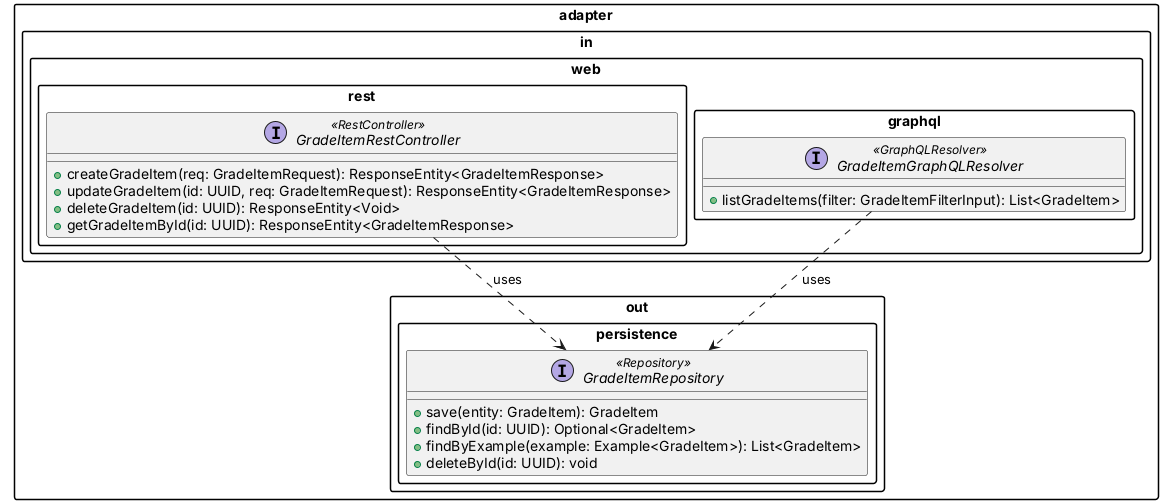
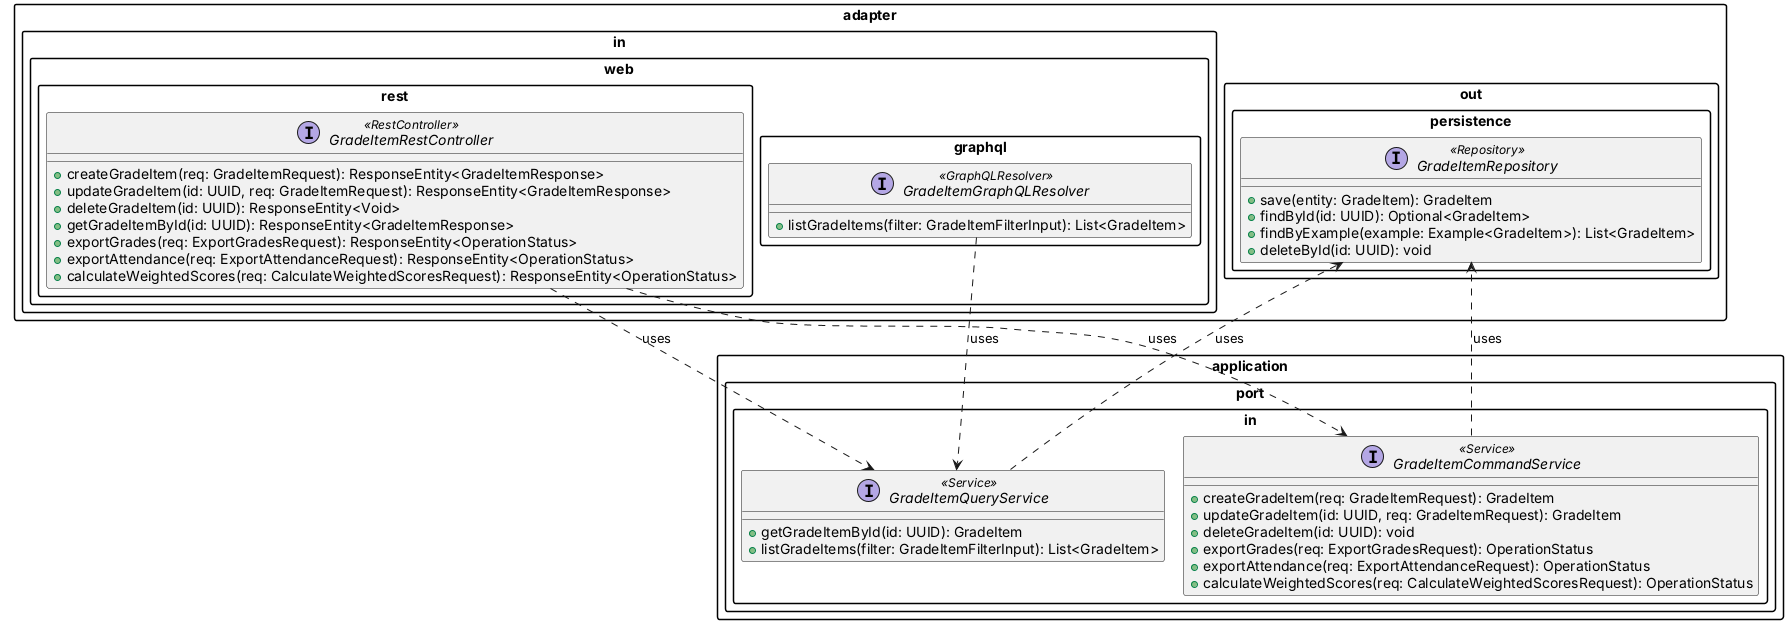
@startuml grade_item_contract

!pragma layout smetana
skinparam packageStyle rectangle
skinparam defaultFontName Inter

package "adapter.in.web.rest" {
  interface "GradeItemRestController" <<RestController>> {
+     ' --- Mutations ---
    + createGradeItem(req: GradeItemRequest): ResponseEntity<GradeItemResponse>
    + updateGradeItem(id: UUID, req: GradeItemRequest): ResponseEntity<GradeItemResponse>
    + deleteGradeItem(id: UUID): ResponseEntity<Void>
+     ' --- Single-resource Query ---
    + getGradeItemById(id: UUID): ResponseEntity<GradeItemResponse>
+     ' --- Custom Actions (Class-scoped, triggered via classId context) ---
+     + exportGrades(req: ExportGradesRequest): ResponseEntity<OperationStatus>
+     + exportAttendance(req: ExportAttendanceRequest): ResponseEntity<OperationStatus>
+     + calculateWeightedScores(req: CalculateWeightedScoresRequest): ResponseEntity<OperationStatus>
  }
}

package "adapter.in.web.graphql" {
  interface "GradeItemGraphQLResolver" <<GraphQLResolver>> {
+     ' --- Collection / Filtered Queries ---
+     + listGradeItems(filter: GradeItemFilterInput): List<GradeItem>
+   }
+ }
+ 
+ package "application.port.in" {
+   interface "GradeItemCommandService" <<Service>> {
+     + createGradeItem(req: GradeItemRequest): GradeItem
+     + updateGradeItem(id: UUID, req: GradeItemRequest): GradeItem
+     + deleteGradeItem(id: UUID): void
+     + exportGrades(req: ExportGradesRequest): OperationStatus
+     + exportAttendance(req: ExportAttendanceRequest): OperationStatus
+     + calculateWeightedScores(req: CalculateWeightedScoresRequest): OperationStatus
+   }
+ 
+   interface "GradeItemQueryService" <<Service>> {
+     + getGradeItemById(id: UUID): GradeItem
    + listGradeItems(filter: GradeItemFilterInput): List<GradeItem>
  }
}

package "adapter.out.persistence" {
  interface "GradeItemRepository" <<Repository>> {
    + save(entity: GradeItem): GradeItem
    + findById(id: UUID): Optional<GradeItem>
    + findByExample(example: Example<GradeItem>): List<GradeItem>
    + deleteById(id: UUID): void
  }
}

' === Dependency Arrows ===
- "GradeItemRestController"  ..> "GradeItemRepository" : uses
- "GradeItemGraphQLResolver" ..> "GradeItemRepository" : uses
+ "GradeItemRestController"   ..> "GradeItemCommandService" : uses
+ "GradeItemRestController"   ..> "GradeItemQueryService"   : uses
+ "GradeItemGraphQLResolver"  ..> "GradeItemQueryService"   : uses
+ "GradeItemCommandService"   ..> "GradeItemRepository"     : uses
+ "GradeItemQueryService"     ..> "GradeItemRepository"     : uses

@enduml
